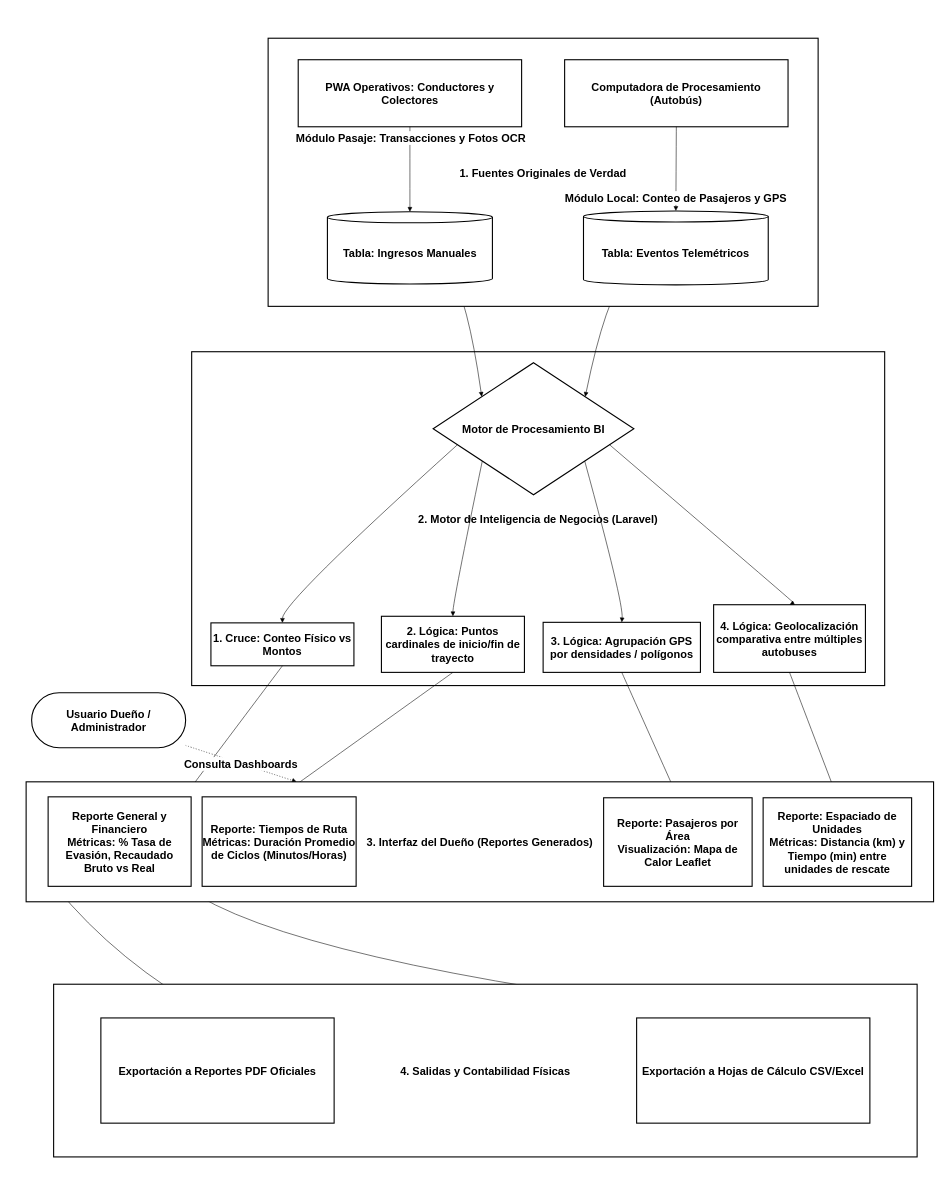
This is diagrama_flujo_reportes_dueno.drawio from angelopol/transport-admin, a draw.io file, before an edit. Source tidied: cells renumbered, new cells numbered last; positions are measured from the earlier drawing's top-left corner, leaving out a move shared by most shapes. Both pictures are drawn from the tidied source at 55%, with x=0, y=0 at pixel (26, 38).
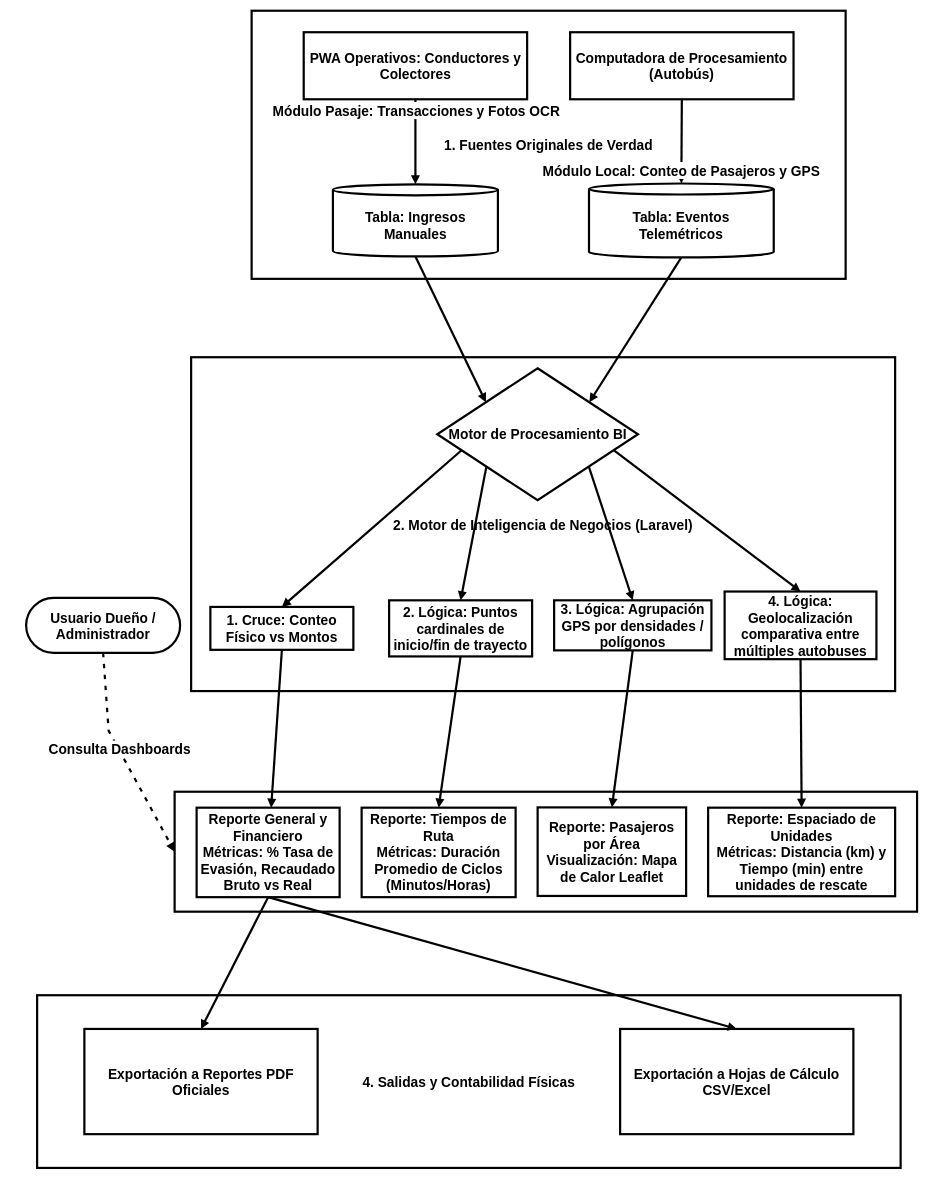
The same diagram, later.

The edit, as a diff of the source:
```diff
@@
-    <mxCell id="2" value="2. Motor de Inteligencia de Negocios (Laravel)" style="whiteSpace=wrap;strokeWidth=2;fontSize=20;fontStyle=1;" parent="1" vertex="1">
-      <mxGeometry x="301" y="570" width="1260" height="607" as="geometry" />
+    <mxCell id="2" value="2. Motor de Inteligencia de Negocios (Laravel)" style="whiteSpace=wrap;strokeWidth=4;fontSize=25;fontStyle=1;" parent="1" vertex="1">
+      <mxGeometry x="300" y="580" width="1280" height="607" as="geometry" />
     </mxCell>
-    <mxCell id="3" value="Motor de Procesamiento BI" style="rhombus;strokeWidth=2;whiteSpace=wrap;fontSize=20;fontStyle=1;" parent="1" vertex="1">
-      <mxGeometry x="740" y="590" width="365" height="240" as="geometry" />
+    <mxCell id="3" value="Motor de Procesamiento BI" style="rhombus;strokeWidth=4;whiteSpace=wrap;fontSize=25;fontStyle=1;" parent="1" vertex="1">
+      <mxGeometry x="747.5" y="600" width="365" height="240" as="geometry" />
     </mxCell>
-    <mxCell id="4" value="1. Cruce: Conteo Físico vs Montos" style="whiteSpace=wrap;strokeWidth=2;fontSize=20;fontStyle=1;" parent="1" vertex="1">
-      <mxGeometry x="336" y="1063" width="260" height="78" as="geometry" />
+    <mxCell id="4" value="1. Cruce: Conteo Físico vs Montos" style="whiteSpace=wrap;strokeWidth=4;fontSize=25;fontStyle=1;" parent="1" vertex="1">
+      <mxGeometry x="335" y="1034" width="260" height="78" as="geometry" />
     </mxCell>
-    <mxCell id="5" value="2. Lógica: Puntos cardinales de inicio/fin de trayecto" style="whiteSpace=wrap;strokeWidth=2;fontSize=20;fontStyle=1;" parent="1" vertex="1">
-      <mxGeometry x="646" y="1051" width="260" height="102" as="geometry" />
+    <mxCell id="5" value="2. Lógica: Puntos cardinales de inicio/fin de trayecto" style="whiteSpace=wrap;strokeWidth=4;fontSize=25;fontStyle=1;" parent="1" vertex="1">
+      <mxGeometry x="660" y="1022" width="260" height="102" as="geometry" />
     </mxCell>
-    <mxCell id="6" value="3. Lógica: Agrupación GPS por densidades / polígonos" style="whiteSpace=wrap;strokeWidth=2;fontSize=20;fontStyle=1;" parent="1" vertex="1">
-      <mxGeometry x="940" y="1062" width="286" height="91" as="geometry" />
+    <mxCell id="6" value="3. Lógica: Agrupación GPS por densidades / polígonos" style="whiteSpace=wrap;strokeWidth=4;fontSize=25;fontStyle=1;" parent="1" vertex="1">
+      <mxGeometry x="960" y="1022" width="286" height="91" as="geometry" />
     </mxCell>
-    <mxCell id="7" value="4. Lógica: Geolocalización comparativa entre múltiples autobuses" style="whiteSpace=wrap;strokeWidth=2;fontSize=20;fontStyle=1;" parent="1" vertex="1">
-      <mxGeometry x="1250" y="1030" width="276" height="123" as="geometry" />
+    <mxCell id="7" value="4. Lógica: Geolocalización comparativa entre múltiples autobuses" style="whiteSpace=wrap;strokeWidth=4;fontSize=25;fontStyle=1;" parent="1" vertex="1">
+      <mxGeometry x="1270" y="1006" width="276" height="123" as="geometry" />
     </mxCell>
-    <mxCell id="8" value="Usuario Dueño / Administrador" style="rounded=1;whiteSpace=wrap;arcSize=50;strokeWidth=2;fontSize=20;fontStyle=1;" parent="1" vertex="1">
-      <mxGeometry x="10" y="1190" width="280" height="100" as="geometry" />
+    <mxCell id="8" value="Usuario Dueño / Administrador" style="rounded=1;whiteSpace=wrap;arcSize=50;strokeWidth=4;fontSize=25;fontStyle=1;" parent="1" vertex="1">
+      <mxGeometry y="1017.5" width="280" height="100" as="geometry" />
     </mxCell>
-    <mxCell id="9" style="curved=1;startArrow=none;endArrow=block;exitX=0.5;exitY=1;entryX=1;entryY=0.03;rounded=0;fontSize=20;fontStyle=1;" parent="1" edge="1" source="35" target="3">
-      <mxGeometry relative="1" as="geometry">
-        <Array as="points">
-          <mxPoint x="1088" y="302" />
-        </Array>
-      </mxGeometry>
-    </mxCell>
-    <mxCell id="10" style="curved=1;startArrow=none;endArrow=block;exitX=0.5;exitY=1;entryX=0;entryY=0.03;rounded=0;fontSize=20;fontStyle=1;" parent="1" edge="1" source="37" target="3">
-      <mxGeometry relative="1" as="geometry">
-        <Array as="points">
-          <mxPoint x="778" y="302" />
-        </Array>
-      </mxGeometry>
-    </mxCell>
-    <mxCell id="11" style="curved=1;startArrow=none;endArrow=block;exitX=0;exitY=0.66;entryX=0.5;entryY=0;rounded=0;fontSize=20;fontStyle=1;" parent="1" edge="1" source="3" target="4">
-      <mxGeometry relative="1" as="geometry">
-        <Array as="points">
-          <mxPoint x="466" y="1026" />
-        </Array>
-      </mxGeometry>
+    <mxCell id="11" style="curved=1;startArrow=none;endArrow=block;exitX=0;exitY=0.66;entryX=0.5;entryY=0;rounded=0;fontSize=25;fontStyle=1;strokeWidth=4;" parent="1" edge="1" source="3" target="4">
+      <mxGeometry relative="1" as="geometry" />
     </mxCell>
-    <mxCell id="12" style="curved=1;startArrow=none;endArrow=block;exitX=0;exitY=0.98;entryX=0.5;entryY=0;rounded=0;fontSize=20;fontStyle=1;" parent="1" edge="1" source="3" target="5">
-      <mxGeometry relative="1" as="geometry">
-        <Array as="points">
-          <mxPoint x="776" y="1026" />
-        </Array>
-      </mxGeometry>
+    <mxCell id="12" style="curved=1;startArrow=none;endArrow=block;exitX=0;exitY=0.98;entryX=0.5;entryY=0;rounded=0;fontSize=25;fontStyle=1;strokeWidth=4;" parent="1" edge="1" source="3" target="5">
+      <mxGeometry relative="1" as="geometry" />
     </mxCell>
-    <mxCell id="13" style="curved=1;startArrow=none;endArrow=block;exitX=1;exitY=0.98;entryX=0.5;entryY=0;rounded=0;fontSize=20;fontStyle=1;" parent="1" edge="1" source="3" target="6">
-      <mxGeometry relative="1" as="geometry">
-        <Array as="points">
-          <mxPoint x="1086" y="1026" />
-        </Array>
-      </mxGeometry>
+    <mxCell id="13" style="curved=1;startArrow=none;endArrow=block;exitX=1;exitY=0.98;entryX=0.5;entryY=0;rounded=0;fontSize=25;fontStyle=1;strokeWidth=4;" parent="1" edge="1" source="3" target="6">
+      <mxGeometry relative="1" as="geometry" />
     </mxCell>
-    <mxCell id="14" style="curved=1;startArrow=none;endArrow=block;exitX=1;exitY=0.66;entryX=0.5;entryY=0;rounded=0;fontSize=20;fontStyle=1;" parent="1" edge="1" source="3" target="7">
-      <mxGeometry relative="1" as="geometry">
-        <Array as="points">
-          <mxPoint x="1396" y="1026" />
-        </Array>
-      </mxGeometry>
+    <mxCell id="14" style="curved=1;startArrow=none;endArrow=block;exitX=1;exitY=0.66;entryX=0.5;entryY=0;rounded=0;fontSize=25;fontStyle=1;strokeWidth=4;" parent="1" edge="1" source="3" target="7">
+      <mxGeometry relative="1" as="geometry" />
     </mxCell>
-    <mxCell id="15" style="curved=1;startArrow=none;endArrow=block;exitX=0.5;exitY=1;entryX=0.95;entryY=0;rounded=0;fontSize=20;fontStyle=1;" parent="1" edge="1" source="4" target="24">
-      <mxGeometry relative="1" as="geometry" />
-    </mxCell>
-    <mxCell id="16" style="curved=1;startArrow=none;endArrow=block;exitX=0.5;exitY=1;entryX=0.5;entryY=0;rounded=0;fontSize=20;fontStyle=1;" parent="1" edge="1" source="5" target="25">
-      <mxGeometry relative="1" as="geometry" />
-    </mxCell>
-    <mxCell id="17" style="curved=1;startArrow=none;endArrow=block;exitX=0.5;exitY=1;entryX=0.5;entryY=0;rounded=0;fontSize=20;fontStyle=1;" parent="1" edge="1" source="6" target="26">
-      <mxGeometry relative="1" as="geometry" />
-    </mxCell>
-    <mxCell id="18" style="curved=1;startArrow=none;endArrow=block;exitX=0.5;exitY=1;entryX=0.5;entryY=0;rounded=0;fontSize=20;fontStyle=1;" parent="1" edge="1" source="7" target="27">
-      <mxGeometry relative="1" as="geometry" />
-    </mxCell>
-    <mxCell id="19" style="curved=1;startArrow=none;endArrow=block;exitX=0.05;exitY=1;entryX=0.5;entryY=0;rounded=0;fontSize=20;fontStyle=1;" parent="1" edge="1" source="24" target="30">
-      <mxGeometry relative="1" as="geometry">
-        <Array as="points">
-          <mxPoint x="165" y="1680" />
-        </Array>
-      </mxGeometry>
-    </mxCell>
-    <mxCell id="20" style="curved=1;startArrow=none;endArrow=block;exitX=0.95;exitY=1;entryX=0.5;entryY=0;rounded=0;fontSize=20;fontStyle=1;" parent="1" edge="1" source="24" target="31">
-      <mxGeometry relative="1" as="geometry">
-        <Array as="points">
-          <mxPoint x="475" y="1680" />
-        </Array>
-      </mxGeometry>
-    </mxCell>
-    <mxCell id="21" value="Consulta Dashboards" style="curved=1;dashed=1;dashPattern=2 3;startArrow=none;endArrow=block;rounded=0;fontSize=20;fontStyle=1;" parent="1" edge="1" source="8" target="23">
-      <mxGeometry relative="1" as="geometry" />
+    <mxCell id="21" value="Consulta Dashboards" style="curved=0;dashed=1;dashPattern=2 3;startArrow=none;endArrow=block;rounded=0;fontSize=25;fontStyle=1;exitX=0.5;exitY=1;exitDx=0;exitDy=0;entryX=0;entryY=0.5;entryDx=0;entryDy=0;strokeWidth=4;" parent="1" edge="1" source="8" target="23">
+      <mxGeometry x="-0.09" y="3" relative="1" as="geometry">
+        <Array as="points">
+          <mxPoint x="150" y="1259" />
+        </Array>
+        <mxPoint y="1" as="offset" />
+      </mxGeometry>
     </mxCell>
-    <mxCell id="22" style="group;fontSize=20;fontStyle=1;" parent="1" vertex="1">
-      <mxGeometry y="1352" width="1650" height="218.1" as="geometry" />
+    <mxCell id="22" style="group;fontSize=25;fontStyle=1;strokeWidth=4;" parent="1" vertex="1">
+      <mxGeometry x="-30" y="1370" width="1650" height="218.1" as="geometry" />
     </mxCell>
-    <mxCell id="23" value="3. Interfaz del Dueño (Reportes Generados)" style="whiteSpace=wrap;strokeWidth=2;fontSize=20;fontStyle=1;" parent="22" vertex="1">
-      <mxGeometry width="1649.9" height="218.1" as="geometry" />
+    <mxCell id="23" style="whiteSpace=wrap;strokeWidth=4;fontSize=25;fontStyle=1;" parent="22" vertex="1">
+      <mxGeometry x="300" width="1349.9" height="218.1" as="geometry" />
     </mxCell>
-    <mxCell id="24" value="Reporte General y Financiero&#10;Métricas: % Tasa de Evasión, Recaudado&#10;Bruto vs Real" style="whiteSpace=wrap;strokeWidth=2;fontSize=20;fontStyle=1;" parent="22" vertex="1">
-      <mxGeometry x="40" y="27.3" width="260" height="162.7" as="geometry" />
+    <mxCell id="24" value="Reporte General y Financiero&#10;Métricas: % Tasa de Evasión, Recaudado&#10;Bruto vs Real" style="whiteSpace=wrap;strokeWidth=4;fontSize=25;fontStyle=1;" parent="22" vertex="1">
+      <mxGeometry x="340" y="29" width="260" height="162.7" as="geometry" />
     </mxCell>
-    <mxCell id="25" value="Reporte: Tiempos de Ruta&#10;Métricas: Duración Promedio de Ciclos (Minutos/Horas)" style="whiteSpace=wrap;strokeWidth=2;fontSize=20;fontStyle=1;" parent="22" vertex="1">
-      <mxGeometry x="320" y="27.3" width="280" height="162.7" as="geometry" />
+    <mxCell id="25" value="Reporte: Tiempos de Ruta&#10;Métricas: Duración Promedio de Ciclos (Minutos/Horas)" style="whiteSpace=wrap;strokeWidth=4;fontSize=25;fontStyle=1;" parent="22" vertex="1">
+      <mxGeometry x="640" y="29" width="280" height="162.7" as="geometry" />
     </mxCell>
-    <mxCell id="26" value="Reporte: Pasajeros por Área&#10;Visualización: Mapa de Calor Leaflet" style="whiteSpace=wrap;strokeWidth=2;fontSize=20;fontStyle=1;" parent="22" vertex="1">
-      <mxGeometry x="1050" y="29" width="270" height="161" as="geometry" />
+    <mxCell id="26" value="Reporte: Pasajeros por Área&#10;Visualización: Mapa de Calor Leaflet" style="whiteSpace=wrap;strokeWidth=4;fontSize=25;fontStyle=1;" parent="22" vertex="1">
+      <mxGeometry x="960" y="28.5" width="270" height="161" as="geometry" />
     </mxCell>
-    <mxCell id="27" value="Reporte: Espaciado de Unidades&#10;Métricas: Distancia (km) y Tiempo (min) entre unidades de rescate" style="whiteSpace=wrap;strokeWidth=2;fontSize=20;fontStyle=1;" parent="22" vertex="1">
-      <mxGeometry x="1340" y="29" width="270" height="161" as="geometry" />
+    <mxCell id="27" value="Reporte: Espaciado de Unidades&#10;Métricas: Distancia (km) y Tiempo (min) entre unidades de rescate" style="whiteSpace=wrap;strokeWidth=4;fontSize=25;fontStyle=1;" parent="22" vertex="1">
+      <mxGeometry x="1270" y="29" width="340" height="161" as="geometry" />
     </mxCell>
-    <mxCell id="28" style="group;fontSize=20;fontStyle=1;" parent="1" vertex="1">
-      <mxGeometry x="50" y="1720" width="1570" height="314" as="geometry" />
+    <mxCell id="28" style="group;fontSize=25;fontStyle=1;strokeWidth=4;" parent="1" vertex="1">
+      <mxGeometry x="20" y="1740" width="1570" height="314" as="geometry" />
     </mxCell>
-    <mxCell id="29" value="4. Salidas y Contabilidad Físicas" style="whiteSpace=wrap;strokeWidth=2;fontSize=20;fontStyle=1;" parent="28" vertex="1">
+    <mxCell id="29" value="4. Salidas y Contabilidad Físicas" style="whiteSpace=wrap;strokeWidth=4;fontSize=25;fontStyle=1;" parent="28" vertex="1">
       <mxGeometry width="1570" height="314" as="geometry" />
     </mxCell>
-    <mxCell id="30" value="Exportación a Reportes PDF Oficiales" style="whiteSpace=wrap;strokeWidth=2;fontSize=20;fontStyle=1;" parent="28" vertex="1">
+    <mxCell id="30" value="Exportación a Reportes PDF Oficiales" style="whiteSpace=wrap;strokeWidth=4;fontSize=25;fontStyle=1;" parent="28" vertex="1">
       <mxGeometry x="85.9" y="61.3" width="424.1" height="191.3" as="geometry" />
     </mxCell>
-    <mxCell id="31" value="Exportación a Hojas de Cálculo CSV/Excel" style="whiteSpace=wrap;strokeWidth=2;fontSize=20;fontStyle=1;" parent="28" vertex="1">
+    <mxCell id="31" value="Exportación a Hojas de Cálculo CSV/Excel" style="whiteSpace=wrap;strokeWidth=4;fontSize=25;fontStyle=1;" parent="28" vertex="1">
       <mxGeometry x="1060" y="61.3" width="424.1" height="191.3" as="geometry" />
     </mxCell>
-    <mxCell id="32" style="group;fontSize=20;fontStyle=1;" parent="1" vertex="1">
-      <mxGeometry x="440" width="1000" height="487.5" as="geometry" />
+    <mxCell id="32" style="group;fontSize=25;fontStyle=1;strokeWidth=4;" parent="1" vertex="1">
+      <mxGeometry x="450" y="-50" width="1040" height="487.5" as="geometry" />
     </mxCell>
-    <mxCell id="33" value="1. Fuentes Originales de Verdad" style="whiteSpace=wrap;strokeWidth=2;fontSize=20;fontStyle=1;" parent="32" vertex="1">
-      <mxGeometry width="1000" height="487.5" as="geometry" />
+    <mxCell id="33" value="1. Fuentes Originales de Verdad" style="whiteSpace=wrap;strokeWidth=4;fontSize=25;fontStyle=1;" parent="32" vertex="1">
+      <mxGeometry x="-40" width="1080" height="487.5" as="geometry" />
     </mxCell>
-    <mxCell id="34" value="Computadora de Procesamiento (Autobús)" style="whiteSpace=wrap;strokeWidth=2;fontSize=20;fontStyle=1;" parent="32" vertex="1">
+    <mxCell id="34" value="Computadora de Procesamiento (Autobús)" style="whiteSpace=wrap;strokeWidth=4;fontSize=25;fontStyle=1;" parent="32" vertex="1">
       <mxGeometry x="539.1" y="39.1" width="406.2" height="121.9" as="geometry" />
     </mxCell>
-    <mxCell id="35" value="Tabla: Eventos Telemétricos" style="shape=cylinder3;boundedLbl=1;backgroundOutline=1;size=10;strokeWidth=2;whiteSpace=wrap;fontSize=20;fontStyle=1;" parent="32" vertex="1">
+    <mxCell id="35" value="Tabla: Eventos Telemétricos" style="shape=cylinder3;boundedLbl=1;backgroundOutline=1;size=10;strokeWidth=4;whiteSpace=wrap;fontSize=25;fontStyle=1;" parent="32" vertex="1">
       <mxGeometry x="573.4" y="314.1" width="335.9" height="134.4" as="geometry" />
     </mxCell>
-    <mxCell id="36" value="PWA Operativos: Conductores y Colectores" style="whiteSpace=wrap;strokeWidth=2;fontSize=20;fontStyle=1;" parent="32" vertex="1">
+    <mxCell id="36" value="PWA Operativos: Conductores y Colectores" style="whiteSpace=wrap;strokeWidth=4;fontSize=25;fontStyle=1;" parent="32" vertex="1">
       <mxGeometry x="54.7" y="39.1" width="406.2" height="121.9" as="geometry" />
     </mxCell>
-    <mxCell id="37" value="Tabla: Ingresos Manuales" style="shape=cylinder3;boundedLbl=1;backgroundOutline=1;size=10;strokeWidth=2;whiteSpace=wrap;fontSize=20;fontStyle=1;" parent="32" vertex="1">
+    <mxCell id="37" value="Tabla: Ingresos Manuales" style="shape=cylinder3;boundedLbl=1;backgroundOutline=1;size=10;strokeWidth=4;whiteSpace=wrap;fontSize=25;fontStyle=1;" parent="32" vertex="1">
       <mxGeometry x="107.8" y="315.6" width="300" height="131.2" as="geometry" />
     </mxCell>
-    <mxCell id="38" value="Módulo Local: Conteo de Pasajeros y GPS" style="curved=1;startArrow=none;endArrow=block;exitX=0.5;exitY=1;entryX=0.5;entryY=0;rounded=0;fontSize=20;fontStyle=1;" parent="32" edge="1" source="34" target="35">
+    <mxCell id="38" value="Módulo Local: Conteo de Pasajeros y GPS" style="curved=1;startArrow=none;endArrow=block;exitX=0.5;exitY=1;entryX=0.5;entryY=0;rounded=0;fontSize=25;fontStyle=1;strokeWidth=4;" parent="32" edge="1" source="34" target="35">
       <mxGeometry x="0.69" relative="1" as="geometry" />
     </mxCell>
-    <mxCell id="39" value="Módulo Pasaje: Transacciones y Fotos OCR" style="curved=1;startArrow=none;endArrow=block;exitX=0.5;exitY=1;entryX=0.5;entryY=0;rounded=0;fontSize=20;fontStyle=1;" parent="32" edge="1" source="36" target="37">
+    <mxCell id="39" value="Módulo Pasaje: Transacciones y Fotos OCR" style="curved=1;startArrow=none;endArrow=block;exitX=0.5;exitY=1;entryX=0.5;entryY=0;rounded=0;fontSize=25;fontStyle=1;strokeWidth=4;" parent="32" edge="1" source="36" target="37">
       <mxGeometry x="-0.75" y="2" relative="1" as="geometry" />
     </mxCell>
+    <mxCell id="10" style="curved=1;startArrow=none;endArrow=block;exitX=0.5;exitY=1;entryX=0;entryY=0.03;rounded=0;fontSize=25;fontStyle=1;strokeWidth=4;" parent="1" edge="1" source="37" target="3">
+      <mxGeometry relative="1" as="geometry" />
+    </mxCell>
+    <mxCell id="9" style="curved=1;startArrow=none;endArrow=block;exitX=0.5;exitY=1;entryX=1;entryY=0.03;rounded=0;fontSize=25;fontStyle=1;strokeWidth=4;" parent="1" edge="1" source="35" target="3">
+      <mxGeometry relative="1" as="geometry" />
+    </mxCell>
+    <mxCell id="15" style="curved=1;startArrow=none;endArrow=block;exitX=0.5;exitY=1;rounded=0;fontSize=25;fontStyle=1;strokeWidth=4;" parent="1" edge="1" source="4" target="24">
+      <mxGeometry relative="1" as="geometry" />
+    </mxCell>
+    <mxCell id="16" style="curved=1;startArrow=none;endArrow=block;exitX=0.5;exitY=1;entryX=0.5;entryY=0;rounded=0;fontSize=25;fontStyle=1;strokeWidth=4;" parent="1" edge="1" source="5" target="25">
+      <mxGeometry relative="1" as="geometry" />
+    </mxCell>
+    <mxCell id="17" style="curved=1;startArrow=none;endArrow=block;exitX=0.5;exitY=1;entryX=0.5;entryY=0;rounded=0;fontSize=25;fontStyle=1;strokeWidth=4;" parent="1" edge="1" source="6" target="26">
+      <mxGeometry relative="1" as="geometry" />
+    </mxCell>
+    <mxCell id="18" style="curved=1;startArrow=none;endArrow=block;exitX=0.5;exitY=1;entryX=0.5;entryY=0;rounded=0;fontSize=25;fontStyle=1;strokeWidth=4;" parent="1" edge="1" source="7" target="27">
+      <mxGeometry relative="1" as="geometry" />
+    </mxCell>
+    <mxCell id="20" style="curved=1;startArrow=none;endArrow=block;exitX=0.5;exitY=1;entryX=0.5;entryY=0;rounded=0;fontSize=25;fontStyle=1;exitDx=0;exitDy=0;strokeWidth=4;" parent="1" edge="1" source="24" target="31">
+      <mxGeometry relative="1" as="geometry" />
+    </mxCell>
+    <mxCell id="19" style="curved=1;startArrow=none;endArrow=block;exitX=0.5;exitY=1;entryX=0.5;entryY=0;rounded=0;fontSize=25;fontStyle=1;exitDx=0;exitDy=0;strokeWidth=4;" parent="1" edge="1" source="24" target="30">
+      <mxGeometry relative="1" as="geometry" />
+    </mxCell>
```
